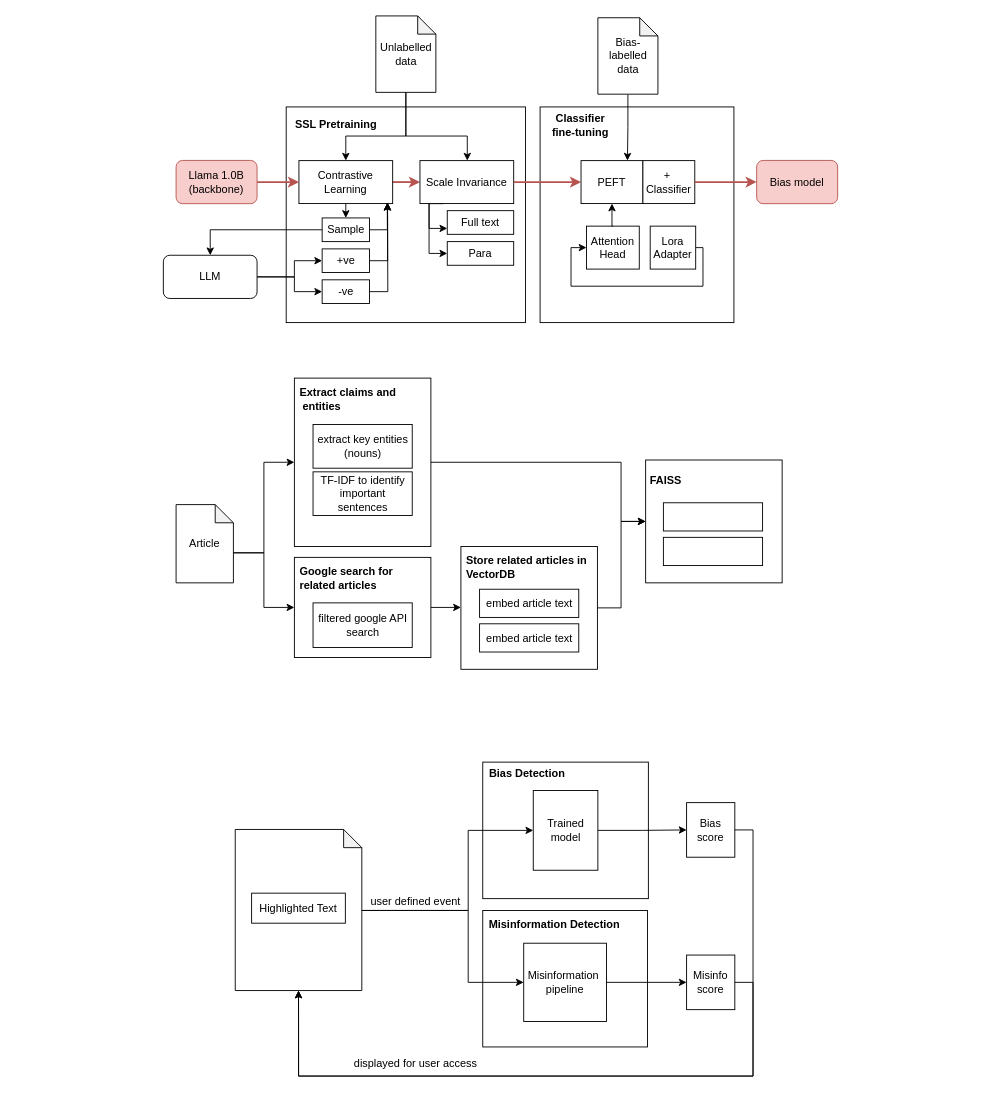
Earlier version of the draw.io diagram Architecture.drawio (cvu-opensource/NTU-DLWeek2025). Source tidied: cells renumbered, new cells numbered last; positions are measured from the earlier drawing's top-left corner, leaving out a move shared by most shapes. Both pictures are drawn from the tidied source at 91%, with x=0, y=0 at pixel (163, 15).
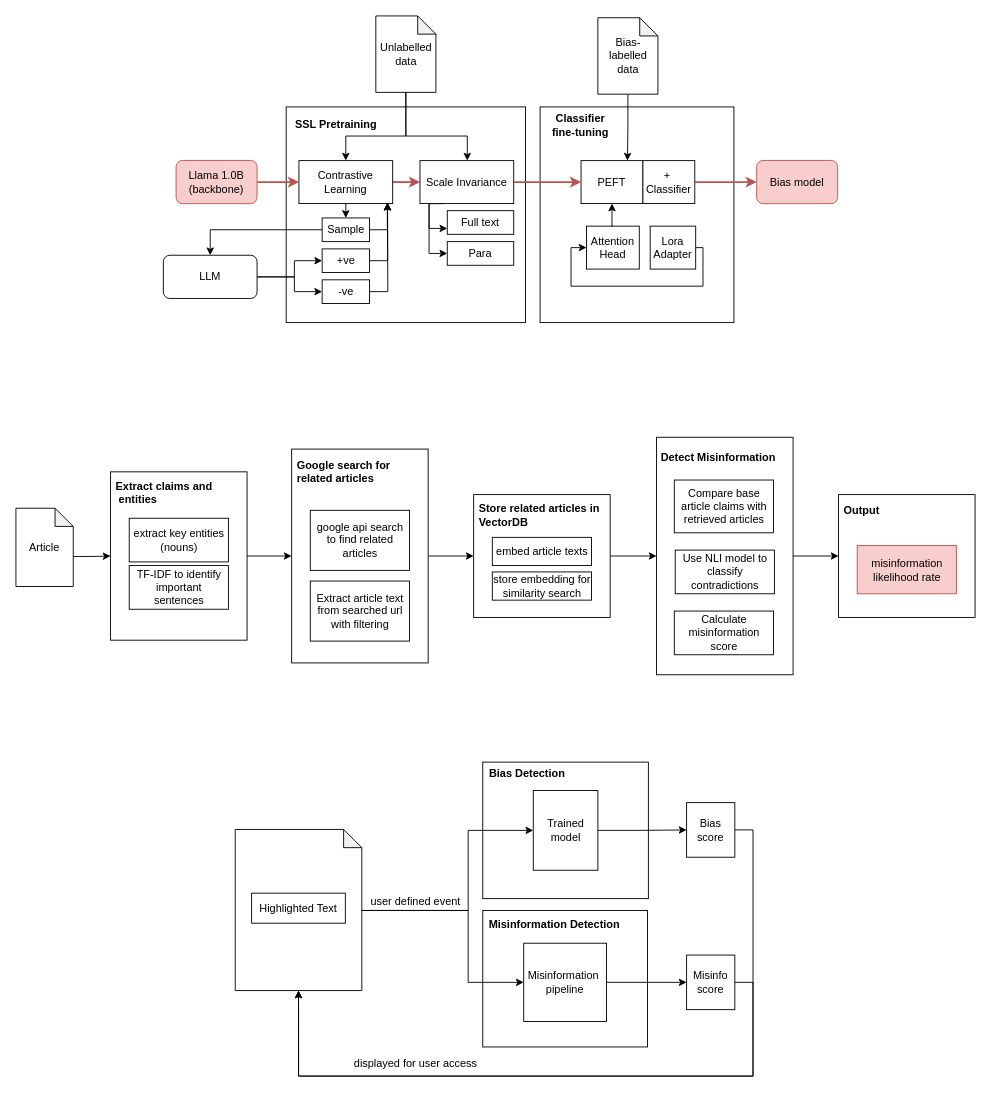
The same diagram, later.

The edit, as a diff of the source:
```diff
@@
-    <mxCell id="64" style="group;" parent="1" vertex="1">
-      <mxGeometry x="144" y="398" width="150" height="185" as="geometry" />
-    </mxCell>
+    <mxCell id="90" style="group;" parent="1" vertex="1">
+      <mxGeometry x="-58" y="501" width="150" height="185" as="geometry" />
+    </mxCell>
-    <mxCell id="65" style="rounded=0;whiteSpace=wrap;html=1;" parent="64" vertex="1">
+    <mxCell id="65" style="rounded=0;whiteSpace=wrap;html=1;" parent="90" vertex="1">
       <mxGeometry width="150" height="185" as="geometry" />
     </mxCell>
-    <mxCell id="66" value="&lt;span style=&quot;text-wrap-mode: nowrap;&quot;&gt;&lt;b&gt;Extract claims and&lt;/b&gt;&lt;/span&gt;&lt;div&gt;&lt;span style=&quot;text-wrap-mode: nowrap;&quot;&gt;&lt;b&gt;&amp;nbsp;entities&lt;/b&gt;&lt;/span&gt;&lt;/div&gt;" style="text;html=1;align=left;verticalAlign=middle;whiteSpace=wrap;rounded=0;fontStyle=0;" parent="64" vertex="1">
+    <mxCell id="66" value="&lt;span style=&quot;text-wrap-mode: nowrap;&quot;&gt;&lt;b&gt;Extract claims and&lt;/b&gt;&lt;/span&gt;&lt;div&gt;&lt;span style=&quot;text-wrap-mode: nowrap;&quot;&gt;&lt;b&gt;&amp;nbsp;entities&lt;/b&gt;&lt;/span&gt;&lt;/div&gt;" style="text;html=1;align=left;verticalAlign=middle;whiteSpace=wrap;rounded=0;fontStyle=0;" parent="90" vertex="1">
       <mxGeometry x="4" y="2.5" width="142" height="41.5" as="geometry" />
     </mxCell>
-    <mxCell id="67" value="extract key entities&lt;br&gt;(nouns)" style="rounded=0;whiteSpace=wrap;html=1;" parent="64" vertex="1">
+    <mxCell id="67" value="extract key entities&lt;br&gt;(nouns)" style="rounded=0;whiteSpace=wrap;html=1;" parent="90" vertex="1">
       <mxGeometry x="20.5" y="51" width="109" height="48" as="geometry" />
     </mxCell>
-    <mxCell id="68" value="TF-IDF to identify important sentences" style="rounded=0;whiteSpace=wrap;html=1;" parent="64" vertex="1">
+    <mxCell id="68" value="TF-IDF to identify important sentences" style="rounded=0;whiteSpace=wrap;html=1;" parent="90" vertex="1">
       <mxGeometry x="20.5" y="103" width="109" height="48" as="geometry" />
     </mxCell>
-    <mxCell id="69" style="group;" parent="1" vertex="1">
-      <mxGeometry x="144" y="572" width="150" height="225" as="geometry" />
-    </mxCell>
-    <mxCell id="70" style="rounded=0;whiteSpace=wrap;html=1;" parent="69" vertex="1">
-      <mxGeometry y="23" width="150" height="110" as="geometry" />
-    </mxCell>
-    <mxCell id="71" value="&lt;span style=&quot;text-wrap-mode: nowrap;&quot;&gt;&lt;b&gt;Google search for&amp;nbsp;&lt;/b&gt;&lt;/span&gt;&lt;div&gt;&lt;span style=&quot;text-wrap-mode: nowrap;&quot;&gt;&lt;b&gt;related articles&amp;nbsp;&lt;/b&gt;&lt;/span&gt;&lt;/div&gt;" style="text;html=1;align=left;verticalAlign=middle;whiteSpace=wrap;rounded=0;fontStyle=0;" parent="69" vertex="1">
-      <mxGeometry x="4" y="26" width="142" height="40" as="geometry" />
-    </mxCell>
-    <mxCell id="72" value="filtered google API search" style="rounded=0;whiteSpace=wrap;html=1;" parent="69" vertex="1">
-      <mxGeometry x="20.5" y="73" width="109" height="49" as="geometry" />
-    </mxCell>
-    <mxCell id="73" style="group;" parent="1" vertex="1">
-      <mxGeometry x="14" y="537" width="63" height="86" as="geometry" />
-    </mxCell>
+    <mxCell id="91" style="group;" parent="1" vertex="1">
+      <mxGeometry x="-162" y="541" width="63" height="86" as="geometry" />
+    </mxCell>
-    <mxCell id="74" value="Article" style="shape=note;whiteSpace=wrap;html=1;backgroundOutline=1;darkOpacity=0.05;size=20;align=center;" parent="73" vertex="1">
+    <mxCell id="74" value="Article" style="shape=note;whiteSpace=wrap;html=1;backgroundOutline=1;darkOpacity=0.05;size=20;align=center;" parent="91" vertex="1">
       <mxGeometry width="63" height="86" as="geometry" />
     </mxCell>
@@
-    <mxCell id="76" style="edgeStyle=orthogonalEdgeStyle;rounded=0;jettySize=auto;html=1;exitX=0;exitY=0;exitDx=63;exitDy=53;entryX=0;entryY=0.5;entryDx=0;entryDy=0;exitPerimeter=0;" parent="1" edge="1" source="74" target="70">
-      <mxGeometry relative="1" as="geometry" />
-    </mxCell>
-    <mxCell id="77" style="group;" parent="1" vertex="1">
-      <mxGeometry x="372" y="560" width="150" height="225" as="geometry" />
-    </mxCell>
-    <mxCell id="78" style="rounded=0;whiteSpace=wrap;html=1;" parent="77" vertex="1">
-      <mxGeometry x="-45" y="23" width="150" height="135" as="geometry" />
-    </mxCell>
+    <mxCell id="92" style="rounded=0;whiteSpace=wrap;html=1;" parent="1" vertex="1">
+      <mxGeometry x="141" y="476" width="150" height="235" as="geometry" />
+    </mxCell>
+    <mxCell id="71" value="&lt;span style=&quot;text-wrap-mode: nowrap;&quot;&gt;&lt;b&gt;Google search for&amp;nbsp;&lt;/b&gt;&lt;/span&gt;&lt;div&gt;&lt;span style=&quot;text-wrap-mode: nowrap;&quot;&gt;&lt;b&gt;related articles&amp;nbsp;&lt;/b&gt;&lt;/span&gt;&lt;/div&gt;" style="text;html=1;align=left;verticalAlign=middle;whiteSpace=wrap;rounded=0;fontStyle=0;" parent="1" vertex="1">
+      <mxGeometry x="145" y="480" width="142" height="41" as="geometry" />
+    </mxCell>
+    <mxCell id="93" value="google api search to find related articles" style="rounded=0;whiteSpace=wrap;html=1;" parent="1" vertex="1">
+      <mxGeometry x="161.5" y="543.3" width="109" height="66" as="geometry" />
+    </mxCell>
+    <mxCell id="94" value="Extract article text from searched url with filtering" style="rounded=0;whiteSpace=wrap;html=1;" parent="1" vertex="1">
+      <mxGeometry x="161.5" y="621" width="109" height="66" as="geometry" />
+    </mxCell>
+    <mxCell id="95" style="edgeStyle=orthogonalEdgeStyle;rounded=0;jettySize=auto;html=1;exitX=1;exitY=0.5;exitDx=0;exitDy=0;entryX=0;entryY=0.5;entryDx=0;entryDy=0;" parent="1" edge="1" source="92" target="98">
+      <mxGeometry relative="1" as="geometry" />
+    </mxCell>
+    <mxCell id="96" style="edgeStyle=orthogonalEdgeStyle;rounded=0;jettySize=auto;html=1;" parent="1" edge="1" source="65" target="92">
+      <mxGeometry relative="1" as="geometry" />
+    </mxCell>
+    <mxCell id="97" style="edgeStyle=orthogonalEdgeStyle;rounded=0;jettySize=auto;html=1;entryX=0;entryY=0.5;entryDx=0;entryDy=0;" parent="1" edge="1" source="98" target="102">
+      <mxGeometry relative="1" as="geometry" />
+    </mxCell>
+    <mxCell id="98" style="rounded=0;whiteSpace=wrap;html=1;" parent="1" vertex="1">
+      <mxGeometry x="341" y="526" width="150" height="135" as="geometry" />
+    </mxCell>
-    <mxCell id="79" value="&lt;span style=&quot;text-wrap-mode: nowrap;&quot;&gt;&lt;b&gt;Store related articles in&amp;nbsp;&lt;/b&gt;&lt;/span&gt;&lt;div&gt;&lt;span style=&quot;text-wrap-mode: nowrap;&quot;&gt;&lt;b&gt;VectorDB&lt;/b&gt;&lt;/span&gt;&lt;/div&gt;" style="text;html=1;align=left;verticalAlign=middle;whiteSpace=wrap;rounded=0;fontStyle=0;" parent="77" vertex="1">
-      <mxGeometry x="-41" y="26" width="142" height="40" as="geometry" />
+    <mxCell id="79" value="&lt;span style=&quot;text-wrap-mode: nowrap;&quot;&gt;&lt;b&gt;Store related articles in&amp;nbsp;&lt;/b&gt;&lt;/span&gt;&lt;div&gt;&lt;span style=&quot;text-wrap-mode: nowrap;&quot;&gt;&lt;b&gt;VectorDB&lt;/b&gt;&lt;/span&gt;&lt;/div&gt;" style="text;html=1;align=left;verticalAlign=middle;whiteSpace=wrap;rounded=0;fontStyle=0;" parent="1" vertex="1">
+      <mxGeometry x="345" y="529" width="142" height="40" as="geometry" />
     </mxCell>
-    <mxCell id="80" value="embed article text" style="rounded=0;whiteSpace=wrap;html=1;" parent="77" vertex="1">
-      <mxGeometry x="-24.5" y="70" width="109" height="31" as="geometry" />
-    </mxCell>
-    <mxCell id="81" value="embed article text" style="rounded=0;whiteSpace=wrap;html=1;" parent="77" vertex="1">
-      <mxGeometry x="-24.5" y="108" width="109" height="31" as="geometry" />
-    </mxCell>
-    <mxCell id="82" style="edgeStyle=orthogonalEdgeStyle;rounded=0;jettySize=auto;html=1;exitX=1;exitY=0.5;exitDx=0;exitDy=0;entryX=0;entryY=0.5;entryDx=0;entryDy=0;" parent="1" edge="1" source="70" target="78">
-      <mxGeometry relative="1" as="geometry" />
-    </mxCell>
-    <mxCell id="83" style="edgeStyle=orthogonalEdgeStyle;rounded=0;jettySize=auto;html=1;exitX=1;exitY=0.5;exitDx=0;exitDy=0;entryX=0;entryY=0.5;entryDx=0;entryDy=0;" parent="1" edge="1" source="78" target="85">
-      <mxGeometry relative="1" as="geometry">
-        <Array as="points">
-          <mxPoint x="503" y="651" />
-          <mxPoint x="503" y="556" />
-        </Array>
-      </mxGeometry>
-    </mxCell>
-    <mxCell id="84" style="group;" parent="1" vertex="1">
-      <mxGeometry x="530" y="488" width="150" height="225" as="geometry" />
-    </mxCell>
-    <mxCell id="85" style="rounded=0;whiteSpace=wrap;html=1;" parent="84" vertex="1">
-      <mxGeometry width="150" height="135" as="geometry" />
-    </mxCell>
-    <mxCell id="86" value="&lt;span style=&quot;text-wrap-mode: nowrap;&quot;&gt;&lt;b&gt;FAISS&amp;nbsp;&lt;/b&gt;&lt;/span&gt;" style="text;html=1;align=left;verticalAlign=middle;whiteSpace=wrap;rounded=0;fontStyle=0;" parent="84" vertex="1">
-      <mxGeometry x="3" y="3" width="142" height="40" as="geometry" />
-    </mxCell>
-    <mxCell id="87" style="rounded=0;whiteSpace=wrap;html=1;" parent="84" vertex="1">
-      <mxGeometry x="19.5" y="47" width="109" height="31" as="geometry" />
-    </mxCell>
-    <mxCell id="88" style="rounded=0;whiteSpace=wrap;html=1;" parent="84" vertex="1">
-      <mxGeometry x="19.5" y="85" width="109" height="31" as="geometry" />
-    </mxCell>
-    <mxCell id="89" style="edgeStyle=orthogonalEdgeStyle;rounded=0;jettySize=auto;html=1;exitX=1;exitY=0.5;exitDx=0;exitDy=0;entryX=0;entryY=0.5;entryDx=0;entryDy=0;" parent="1" edge="1" source="65" target="85">
-      <mxGeometry relative="1" as="geometry">
-        <Array as="points">
-          <mxPoint x="503" y="491" />
-          <mxPoint x="503" y="556" />
-        </Array>
-      </mxGeometry>
-    </mxCell>
+    <mxCell id="99" value="embed article texts" style="rounded=0;whiteSpace=wrap;html=1;" parent="1" vertex="1">
+      <mxGeometry x="361.5" y="573" width="109" height="31" as="geometry" />
+    </mxCell>
+    <mxCell id="100" value="store embedding for similarity search" style="rounded=0;whiteSpace=wrap;html=1;" parent="1" vertex="1">
+      <mxGeometry x="361.5" y="611" width="109" height="31" as="geometry" />
+    </mxCell>
+    <mxCell id="101" style="edgeStyle=orthogonalEdgeStyle;rounded=0;jettySize=auto;html=1;entryX=0;entryY=0.5;entryDx=0;entryDy=0;" parent="1" edge="1" source="102" target="107">
+      <mxGeometry relative="1" as="geometry" />
+    </mxCell>
+    <mxCell id="102" style="rounded=0;whiteSpace=wrap;html=1;" parent="1" vertex="1">
+      <mxGeometry x="542" y="463" width="150" height="261" as="geometry" />
+    </mxCell>
+    <mxCell id="103" value="&lt;span style=&quot;text-wrap-mode: nowrap;&quot;&gt;&lt;b&gt;Detect Misinformation&lt;/b&gt;&lt;/span&gt;" style="text;html=1;align=left;verticalAlign=middle;whiteSpace=wrap;rounded=0;fontStyle=0;" parent="1" vertex="1">
+      <mxGeometry x="545" y="466" width="142" height="40" as="geometry" />
+    </mxCell>
+    <mxCell id="104" value="Compare base article claims with retrieved articles" style="rounded=0;whiteSpace=wrap;html=1;" parent="1" vertex="1">
+      <mxGeometry x="561.5" y="510" width="109" height="58" as="geometry" />
+    </mxCell>
+    <mxCell id="105" value="Use NLI model to classify contradictions" style="rounded=0;whiteSpace=wrap;html=1;" parent="1" vertex="1">
+      <mxGeometry x="562.5" y="587" width="109" height="48" as="geometry" />
+    </mxCell>
+    <mxCell id="106" value="Calculate misinformation score" style="rounded=0;whiteSpace=wrap;html=1;" parent="1" vertex="1">
+      <mxGeometry x="561.5" y="654" width="109" height="48" as="geometry" />
+    </mxCell>
+    <mxCell id="107" style="rounded=0;whiteSpace=wrap;html=1;" parent="1" vertex="1">
+      <mxGeometry x="742" y="526" width="150" height="135" as="geometry" />
+    </mxCell>
+    <mxCell id="108" value="&lt;span style=&quot;text-wrap-mode: nowrap;&quot;&gt;&lt;b&gt;Output&lt;/b&gt;&lt;/span&gt;" style="text;html=1;align=left;verticalAlign=middle;whiteSpace=wrap;rounded=0;fontStyle=0;" parent="1" vertex="1">
+      <mxGeometry x="746" y="529" width="142" height="30" as="geometry" />
+    </mxCell>
+    <mxCell id="109" value="misinformation likelihood rate" style="rounded=0;whiteSpace=wrap;html=1;fillColor=#f8cecc;strokeColor=#b85450;" parent="1" vertex="1">
+      <mxGeometry x="762.5" y="582" width="109" height="53" as="geometry" />
+    </mxCell>
```
